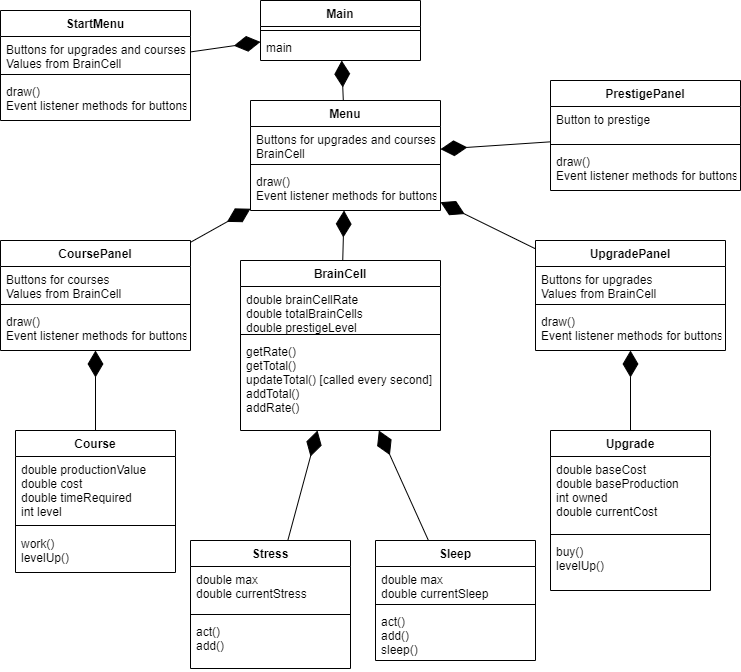
Above: Responsible Student Simulator/doc/RSS UML.png in HHSAPCompSci2020/capstone-project-rss (draw.io), before the change. Source tidied: cells renumbered, new cells last; positions are measured from the earlier drawing's top-left corner, leaving out a move shared by most shapes.
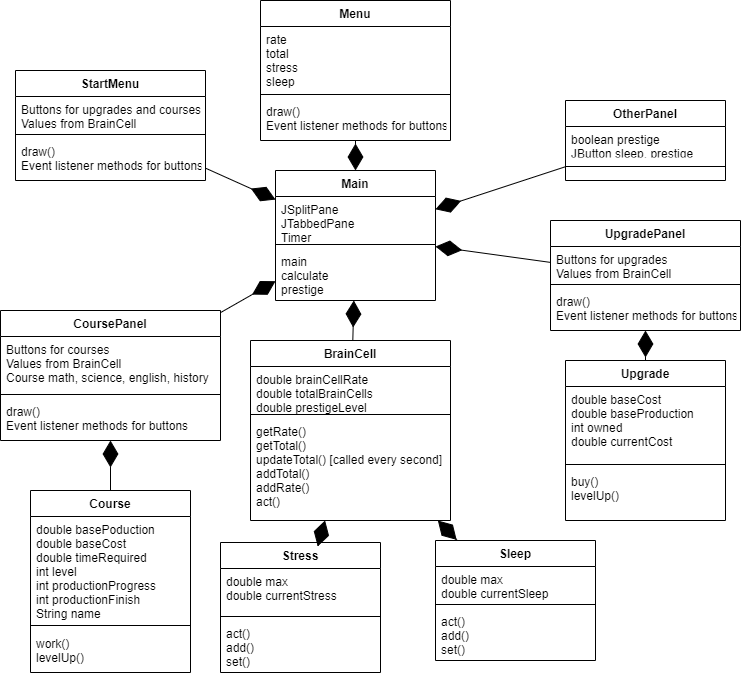
Later version of the same file.

The edit, as a diff of the source:
```diff
@@ -3,7 +3,7 @@
     <mxCell id="0" />
     <mxCell id="1" parent="0" />
     <mxCell id="2" value="BrainCell" style="swimlane;fontStyle=1;align=center;verticalAlign=top;horizontal=1;startSize=26;" parent="1" vertex="1">
-      <mxGeometry x="240" y="260" width="200" height="170" as="geometry" />
+      <mxGeometry x="214" y="380" width="200" height="180" as="geometry" />
     </mxCell>
     <mxCell id="3" value="double brainCellRate&#10;double totalBrainCells&#10;double prestigeLevel&#10;&#10;" style="text;strokeColor=none;fillColor=none;align=left;verticalAlign=top;spacingLeft=4;spacingRight=4;overflow=hidden;" parent="2" vertex="1">
       <mxGeometry y="26" width="200" height="44" as="geometry" />
@@ -11,44 +11,35 @@
     <mxCell id="4" style="line;strokeWidth=1;fillColor=none;align=left;verticalAlign=middle;spacingTop=-1;spacingLeft=3;spacingRight=3;labelPosition=right;" parent="2" vertex="1">
       <mxGeometry y="70" width="200" height="8" as="geometry" />
     </mxCell>
-    <mxCell id="5" value="getRate()&#10;getTotal()&#10;updateTotal() [called every second]&#10;addTotal()&#10;addRate()" style="text;strokeColor=none;fillColor=none;align=left;verticalAlign=top;spacingLeft=4;spacingRight=4;overflow=hidden;" parent="2" vertex="1">
-      <mxGeometry y="78" width="200" height="92" as="geometry" />
+    <mxCell id="5" value="getRate()&#10;getTotal()&#10;updateTotal() [called every second]&#10;addTotal()&#10;addRate()&#10;act()&#10;" style="text;strokeColor=none;fillColor=none;align=left;verticalAlign=top;spacingLeft=4;spacingRight=4;overflow=hidden;" parent="2" vertex="1">
+      <mxGeometry y="78" width="200" height="102" as="geometry" />
     </mxCell>
     <mxCell id="6" value="Course" style="swimlane;fontStyle=1;align=center;verticalAlign=top;horizontal=1;startSize=26;" parent="1" vertex="1">
-      <mxGeometry x="15" y="430" width="160" height="142" as="geometry" />
+      <mxGeometry x="-6" y="530" width="160" height="182" as="geometry" />
     </mxCell>
-    <mxCell id="7" value="double productionValue&#10;double cost&#10;double timeRequired&#10;int level&#10;" style="text;strokeColor=none;fillColor=none;align=left;verticalAlign=top;spacingLeft=4;spacingRight=4;overflow=hidden;" parent="6" vertex="1">
-      <mxGeometry y="26" width="160" height="64" as="geometry" />
+    <mxCell id="7" value="double basePoduction&#10;double baseCost&#10;double timeRequired&#10;int level&#10;int productionProgress&#10;int productionFinish&#10;String name" style="text;strokeColor=none;fillColor=none;align=left;verticalAlign=top;spacingLeft=4;spacingRight=4;overflow=hidden;" parent="6" vertex="1">
+      <mxGeometry y="26" width="160" height="104" as="geometry" />
     </mxCell>
     <mxCell id="8" style="line;strokeWidth=1;fillColor=none;align=left;verticalAlign=middle;spacingTop=-1;spacingLeft=3;spacingRight=3;labelPosition=right;" parent="6" vertex="1">
-      <mxGeometry y="90" width="160" height="10" as="geometry" />
+      <mxGeometry y="130" width="160" height="10" as="geometry" />
     </mxCell>
     <mxCell id="9" value="work()&#10;levelUp()" style="text;strokeColor=none;fillColor=none;align=left;verticalAlign=top;spacingLeft=4;spacingRight=4;overflow=hidden;" parent="6" vertex="1">
-      <mxGeometry y="100" width="160" height="42" as="geometry" />
+      <mxGeometry y="140" width="160" height="42" as="geometry" />
     </mxCell>
-    <mxCell id="10" value="Main" style="swimlane;fontStyle=1;align=center;verticalAlign=top;horizontal=1;startSize=26;" parent="1" vertex="1">
-      <mxGeometry x="260" width="160" height="60" as="geometry" />
-    </mxCell>
-    <mxCell id="11" style="line;strokeWidth=1;fillColor=none;align=left;verticalAlign=middle;spacingTop=-1;spacingLeft=3;spacingRight=3;labelPosition=right;" parent="10" vertex="1">
-      <mxGeometry y="26" width="160" height="8" as="geometry" />
-    </mxCell>
-    <mxCell id="12" value="main" style="text;strokeColor=none;fillColor=none;align=left;verticalAlign=top;spacingLeft=4;spacingRight=4;overflow=hidden;" parent="10" vertex="1">
-      <mxGeometry y="34" width="160" height="26" as="geometry" />
-    </mxCell>
     <mxCell id="13" value="Menu&#10;" style="swimlane;fontStyle=1;align=center;verticalAlign=top;horizontal=1;startSize=26;" parent="1" vertex="1">
-      <mxGeometry x="250" y="100" width="190" height="110" as="geometry" />
+      <mxGeometry x="224" y="40" width="190" height="140" as="geometry" />
     </mxCell>
-    <mxCell id="14" value="Buttons for upgrades and courses&#10;BrainCell" style="text;strokeColor=none;fillColor=none;align=left;verticalAlign=top;spacingLeft=4;spacingRight=4;overflow=hidden;" parent="13" vertex="1">
-      <mxGeometry y="26" width="190" height="34" as="geometry" />
+    <mxCell id="14" value="rate&#10;total&#10;stress&#10;sleep" style="text;strokeColor=none;fillColor=none;align=left;verticalAlign=top;spacingLeft=4;spacingRight=4;overflow=hidden;" parent="13" vertex="1">
+      <mxGeometry y="26" width="190" height="64" as="geometry" />
     </mxCell>
     <mxCell id="15" style="line;strokeWidth=1;fillColor=none;align=left;verticalAlign=middle;spacingTop=-1;spacingLeft=3;spacingRight=3;labelPosition=right;" parent="13" vertex="1">
-      <mxGeometry y="60" width="190" height="8" as="geometry" />
+      <mxGeometry y="90" width="190" height="8" as="geometry" />
     </mxCell>
     <mxCell id="16" value="draw()&#10;Event listener methods for buttons" style="text;strokeColor=none;fillColor=none;align=left;verticalAlign=top;spacingLeft=4;spacingRight=4;overflow=hidden;" parent="13" vertex="1">
-      <mxGeometry y="68" width="190" height="42" as="geometry" />
+      <mxGeometry y="98" width="190" height="42" as="geometry" />
     </mxCell>
     <mxCell id="17" value="Sleep" style="swimlane;fontStyle=1;align=center;verticalAlign=top;horizontal=1;startSize=26;" parent="1" vertex="1">
-      <mxGeometry x="375" y="540" width="160" height="120" as="geometry" />
+      <mxGeometry x="399" y="580" width="160" height="120" as="geometry" />
     </mxCell>
     <mxCell id="18" value="double max&#10;double currentSleep" style="text;strokeColor=none;fillColor=none;align=left;verticalAlign=top;spacingLeft=4;spacingRight=4;overflow=hidden;" parent="17" vertex="1">
       <mxGeometry y="26" width="160" height="34" as="geometry" />
@@ -56,11 +47,11 @@
     <mxCell id="19" style="line;strokeWidth=1;fillColor=none;align=left;verticalAlign=middle;spacingTop=-1;spacingLeft=3;spacingRight=3;labelPosition=right;" parent="17" vertex="1">
       <mxGeometry y="60" width="160" height="8" as="geometry" />
     </mxCell>
-    <mxCell id="20" value="act()&#10;add()&#10;sleep()" style="text;strokeColor=none;fillColor=none;align=left;verticalAlign=top;spacingLeft=4;spacingRight=4;overflow=hidden;" parent="17" vertex="1">
+    <mxCell id="20" value="act()&#10;add()&#10;set()" style="text;strokeColor=none;fillColor=none;align=left;verticalAlign=top;spacingLeft=4;spacingRight=4;overflow=hidden;" parent="17" vertex="1">
       <mxGeometry y="68" width="160" height="52" as="geometry" />
     </mxCell>
     <mxCell id="21" value="Stress" style="swimlane;fontStyle=1;align=center;verticalAlign=top;horizontal=1;startSize=26;" parent="1" vertex="1">
-      <mxGeometry x="190" y="540" width="160" height="128" as="geometry" />
+      <mxGeometry x="184" y="582" width="160" height="130" as="geometry" />
     </mxCell>
     <mxCell id="22" value="double max&#10;double currentStress&#10;" style="text;strokeColor=none;fillColor=none;align=left;verticalAlign=top;spacingLeft=4;spacingRight=4;overflow=hidden;" parent="21" vertex="1">
       <mxGeometry y="26" width="160" height="44" as="geometry" />
@@ -68,14 +59,14 @@
     <mxCell id="23" style="line;strokeWidth=1;fillColor=none;align=left;verticalAlign=middle;spacingTop=-1;spacingLeft=3;spacingRight=3;labelPosition=right;" parent="21" vertex="1">
       <mxGeometry y="70" width="160" height="8" as="geometry" />
     </mxCell>
-    <mxCell id="24" value="act()&#10;add()" style="text;strokeColor=none;fillColor=none;align=left;verticalAlign=top;spacingLeft=4;spacingRight=4;overflow=hidden;" parent="21" vertex="1">
-      <mxGeometry y="78" width="160" height="50" as="geometry" />
+    <mxCell id="24" value="act()&#10;add()&#10;set()" style="text;strokeColor=none;fillColor=none;align=left;verticalAlign=top;spacingLeft=4;spacingRight=4;overflow=hidden;" parent="21" vertex="1">
+      <mxGeometry y="78" width="160" height="52" as="geometry" />
     </mxCell>
     <mxCell id="25" style="endArrow=diamondThin;endFill=1;endSize=24;html=1;startArrow=none;exitX=0.5;exitY=0;exitDx=0;exitDy=0;" parent="1" edge="1" source="26" target="38">
       <mxGeometry relative="1" as="geometry" />
     </mxCell>
     <mxCell id="26" value="Upgrade" style="swimlane;fontStyle=1;align=center;verticalAlign=top;horizontal=1;startSize=26;" parent="1" vertex="1">
-      <mxGeometry x="550" y="430" width="160" height="160" as="geometry" />
+      <mxGeometry x="529" y="400" width="160" height="160" as="geometry" />
     </mxCell>
     <mxCell id="27" value="double baseCost&#10;double baseProduction&#10;int owned&#10;double currentCost" style="text;strokeColor=none;fillColor=none;align=left;verticalAlign=top;spacingLeft=4;spacingRight=4;overflow=hidden;" parent="26" vertex="1">
       <mxGeometry y="26" width="160" height="74" as="geometry" />
@@ -89,7 +80,7 @@
     <mxCell id="30" style="endArrow=diamondThin;endFill=1;endSize=24;html=1;" parent="1" edge="1" source="13" target="10">
       <mxGeometry relative="1" as="geometry" />
     </mxCell>
-    <mxCell id="31" style="endArrow=diamondThin;endFill=1;endSize=24;html=1;" parent="1" edge="1" source="2" target="13">
+    <mxCell id="31" style="endArrow=diamondThin;endFill=1;endSize=24;html=1;" parent="1" edge="1" source="2" target="10">
       <mxGeometry relative="1" as="geometry" />
     </mxCell>
     <mxCell id="32" style="endArrow=diamondThin;endFill=1;endSize=24;html=1;" parent="1" edge="1" source="17" target="2">
@@ -99,19 +90,19 @@
       <mxGeometry relative="1" as="geometry" />
     </mxCell>
     <mxCell id="34" value="CoursePanel" style="swimlane;fontStyle=1;align=center;verticalAlign=top;horizontal=1;startSize=26;" parent="1" vertex="1">
-      <mxGeometry y="240" width="190" height="110" as="geometry" />
+      <mxGeometry x="-36" y="350" width="220" height="130" as="geometry" />
     </mxCell>
-    <mxCell id="35" value="Buttons for courses&#10;Values from BrainCell" style="text;strokeColor=none;fillColor=none;align=left;verticalAlign=top;spacingLeft=4;spacingRight=4;overflow=hidden;" parent="34" vertex="1">
-      <mxGeometry y="26" width="190" height="34" as="geometry" />
+    <mxCell id="35" value="Buttons for courses&#10;Values from BrainCell&#10;Course math, science, english, history" style="text;strokeColor=none;fillColor=none;align=left;verticalAlign=top;spacingLeft=4;spacingRight=4;overflow=hidden;" parent="34" vertex="1">
+      <mxGeometry y="26" width="220" height="54" as="geometry" />
     </mxCell>
     <mxCell id="36" style="line;strokeWidth=1;fillColor=none;align=left;verticalAlign=middle;spacingTop=-1;spacingLeft=3;spacingRight=3;labelPosition=right;" parent="34" vertex="1">
-      <mxGeometry y="60" width="190" height="8" as="geometry" />
+      <mxGeometry y="80" width="220" height="8" as="geometry" />
     </mxCell>
     <mxCell id="37" value="draw()&#10;Event listener methods for buttons" style="text;strokeColor=none;fillColor=none;align=left;verticalAlign=top;spacingLeft=4;spacingRight=4;overflow=hidden;" parent="34" vertex="1">
-      <mxGeometry y="68" width="190" height="42" as="geometry" />
+      <mxGeometry y="88" width="220" height="42" as="geometry" />
     </mxCell>
     <mxCell id="38" value="UpgradePanel" style="swimlane;fontStyle=1;align=center;verticalAlign=top;horizontal=1;startSize=26;" parent="1" vertex="1">
-      <mxGeometry x="535" y="240" width="190" height="110" as="geometry" />
+      <mxGeometry x="514" y="260" width="190" height="110" as="geometry" />
     </mxCell>
     <mxCell id="39" value="Buttons for upgrades&#10;Values from BrainCell" style="text;strokeColor=none;fillColor=none;align=left;verticalAlign=top;spacingLeft=4;spacingRight=4;overflow=hidden;" parent="38" vertex="1">
       <mxGeometry y="26" width="190" height="34" as="geometry" />
@@ -123,7 +114,7 @@
       <mxGeometry y="68" width="190" height="42" as="geometry" />
     </mxCell>
     <mxCell id="42" value="StartMenu" style="swimlane;fontStyle=1;align=center;verticalAlign=top;horizontal=1;startSize=26;" parent="1" vertex="1">
-      <mxGeometry y="10" width="190" height="110" as="geometry" />
+      <mxGeometry x="-21" y="110" width="190" height="110" as="geometry" />
     </mxCell>
     <mxCell id="43" value="Buttons for upgrades and courses&#10;Values from BrainCell" style="text;strokeColor=none;fillColor=none;align=left;verticalAlign=top;spacingLeft=4;spacingRight=4;overflow=hidden;" parent="42" vertex="1">
       <mxGeometry y="26" width="190" height="34" as="geometry" />
@@ -137,29 +128,38 @@
     <mxCell id="46" style="endArrow=diamondThin;endFill=1;endSize=24;html=1;" parent="1" edge="1" source="6" target="34">
       <mxGeometry relative="1" as="geometry" />
     </mxCell>
-    <mxCell id="47" style="endArrow=diamondThin;endFill=1;endSize=24;html=1;" parent="1" edge="1" source="34" target="13">
+    <mxCell id="47" style="endArrow=diamondThin;endFill=1;endSize=24;html=1;" parent="1" edge="1" source="34" target="10">
       <mxGeometry relative="1" as="geometry" />
     </mxCell>
     <mxCell id="48" style="endArrow=diamondThin;endFill=1;endSize=24;html=1;" parent="1" edge="1" source="42" target="10">
       <mxGeometry relative="1" as="geometry" />
     </mxCell>
-    <mxCell id="49" style="endArrow=diamondThin;endFill=1;endSize=24;html=1;" parent="1" edge="1" source="38" target="13">
+    <mxCell id="49" style="endArrow=diamondThin;endFill=1;endSize=24;html=1;" parent="1" edge="1" source="38" target="10">
       <mxGeometry relative="1" as="geometry" />
     </mxCell>
-    <mxCell id="50" value="PrestigePanel" style="swimlane;fontStyle=1;align=center;verticalAlign=top;horizontal=1;startSize=26;" parent="1" vertex="1">
-      <mxGeometry x="550" y="80" width="190" height="110" as="geometry" />
-    </mxCell>
-    <mxCell id="51" value="Button to prestige" style="text;strokeColor=none;fillColor=none;align=left;verticalAlign=top;spacingLeft=4;spacingRight=4;overflow=hidden;" parent="50" vertex="1">
-      <mxGeometry y="26" width="190" height="34" as="geometry" />
-    </mxCell>
-    <mxCell id="52" style="line;strokeWidth=1;fillColor=none;align=left;verticalAlign=middle;spacingTop=-1;spacingLeft=3;spacingRight=3;labelPosition=right;" parent="50" vertex="1">
-      <mxGeometry y="60" width="190" height="8" as="geometry" />
-    </mxCell>
-    <mxCell id="53" value="draw()&#10;Event listener methods for buttons" style="text;strokeColor=none;fillColor=none;align=left;verticalAlign=top;spacingLeft=4;spacingRight=4;overflow=hidden;" parent="50" vertex="1">
-      <mxGeometry y="68" width="190" height="42" as="geometry" />
-    </mxCell>
-    <mxCell id="54" style="endArrow=diamondThin;endFill=1;endSize=24;html=1;" parent="1" edge="1" source="50" target="13">
+    <mxCell id="54" style="endArrow=diamondThin;endFill=1;endSize=24;html=1;" parent="1" edge="1" source="55" target="10">
       <mxGeometry relative="1" as="geometry" />
     </mxCell>
+    <mxCell id="55" value="OtherPanel" style="swimlane;fontStyle=1;align=center;verticalAlign=top;horizontal=1;startSize=26;" parent="1" vertex="1">
+      <mxGeometry x="529" y="140" width="160" height="80" as="geometry" />
+    </mxCell>
+    <mxCell id="56" value="boolean prestige&#10;JButton sleep, prestige&#10;" style="text;strokeColor=none;fillColor=none;align=left;verticalAlign=top;spacingLeft=4;spacingRight=4;overflow=hidden;" parent="55" vertex="1">
+      <mxGeometry y="26" width="160" height="26" as="geometry" />
+    </mxCell>
+    <mxCell id="57" style="line;strokeWidth=1;fillColor=none;align=left;verticalAlign=middle;spacingTop=-1;spacingLeft=3;spacingRight=3;labelPosition=right;" parent="55" vertex="1">
+      <mxGeometry y="52" width="160" height="28" as="geometry" />
+    </mxCell>
+    <mxCell id="10" value="Main" style="swimlane;fontStyle=1;align=center;verticalAlign=top;horizontal=1;startSize=26;" parent="1" vertex="1">
+      <mxGeometry x="239" y="210" width="160" height="130" as="geometry" />
+    </mxCell>
+    <mxCell id="58" value="JSplitPane&#10;JTabbedPane&#10;Timer" style="text;strokeColor=none;fillColor=none;align=left;verticalAlign=top;spacingLeft=4;spacingRight=4;overflow=hidden;" parent="10" vertex="1">
+      <mxGeometry y="26" width="160" height="44" as="geometry" />
+    </mxCell>
+    <mxCell id="59" style="line;strokeWidth=1;fillColor=none;align=left;verticalAlign=middle;spacingTop=-1;spacingLeft=3;spacingRight=3;labelPosition=right;" parent="10" vertex="1">
+      <mxGeometry y="70" width="160" height="8" as="geometry" />
+    </mxCell>
+    <mxCell id="60" value="main&#10;calculate&#10;prestige" style="text;strokeColor=none;fillColor=none;align=left;verticalAlign=top;spacingLeft=4;spacingRight=4;overflow=hidden;" parent="10" vertex="1">
+      <mxGeometry y="78" width="160" height="52" as="geometry" />
+    </mxCell>
   </root>
 </mxGraphModel>
```
